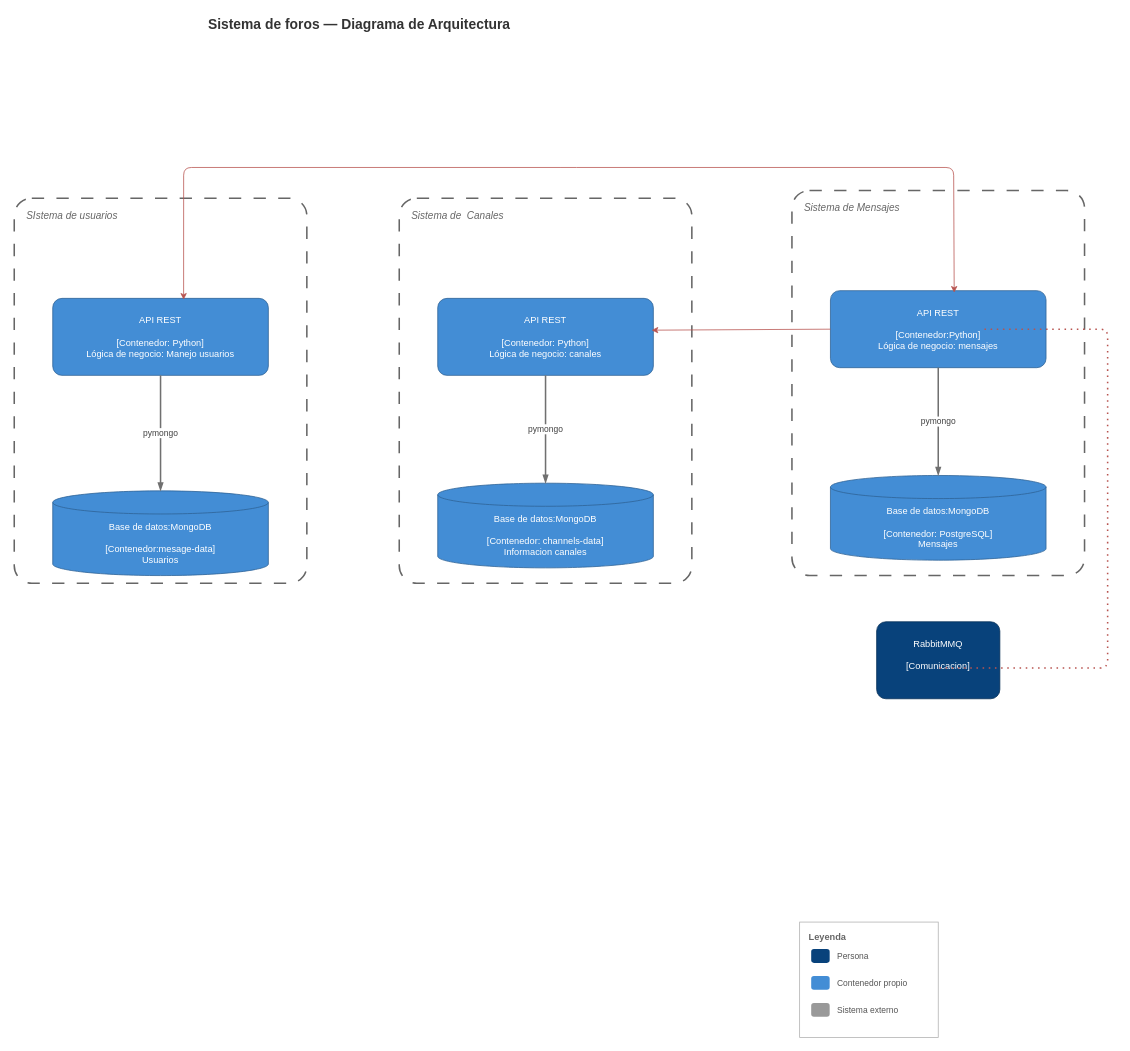
Above: page "C2 - Contenedores" (2 of 2) of demo/arquitectura.drawio in joakoxsi/Arquitectura-de-Software (draw.io), before the change. Source tidied: cells renumbered, new cells numbered last; positions are measured from the earlier drawing's top-left corner, leaving out a move shared by most shapes. Both pictures are drawn from the tidied source at 77%, with x=0, y=0 at pixel (14, 13).
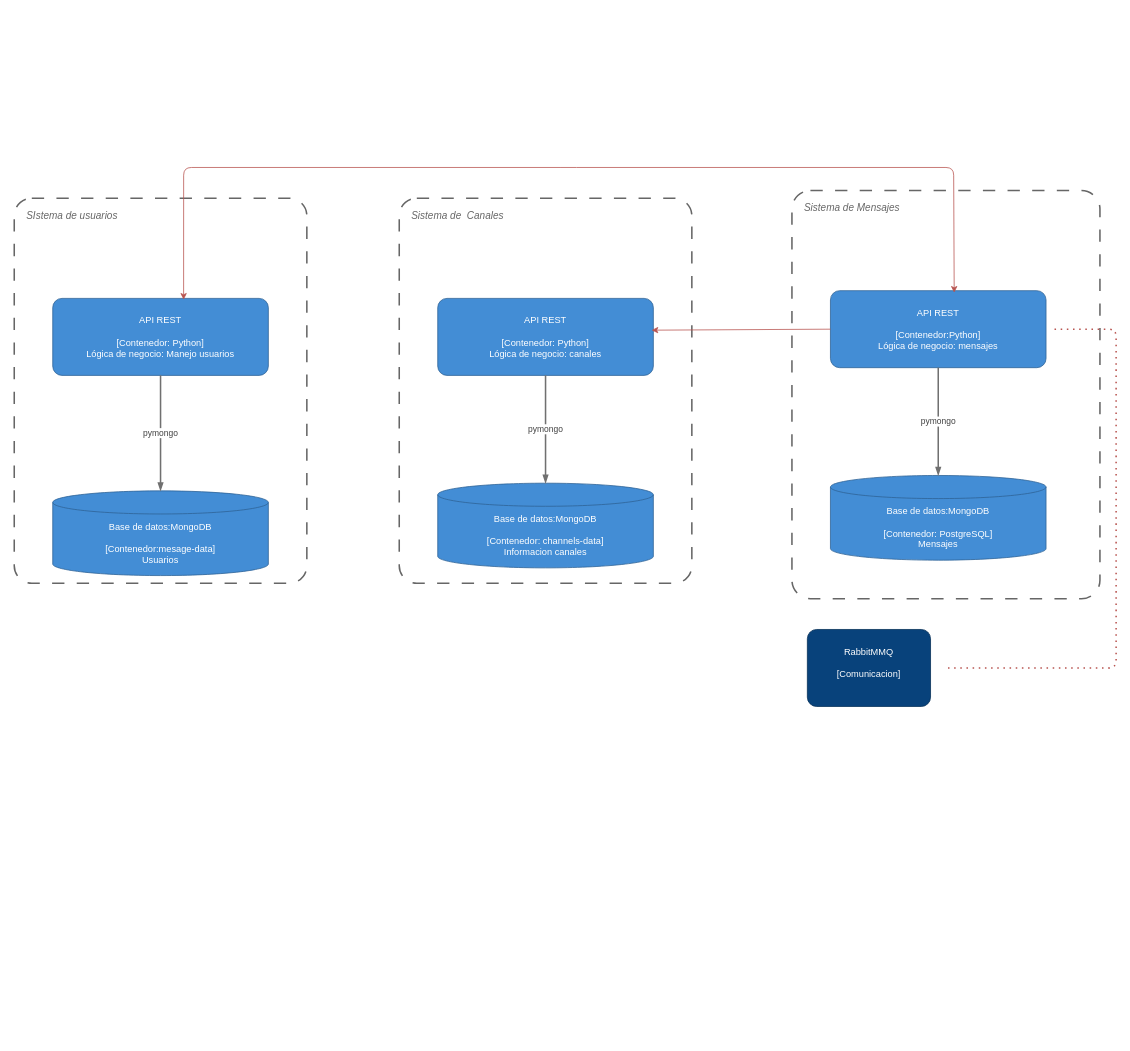
The same page after the edit.

Change to the diagram source:
```diff
@@
-    <mxCell id="2" value="Sistema de foros — Diagrama de Arquitectura" style="text;html=1;fontSize=18;fontStyle=1;align=left;verticalAlign=middle;fontColor=#333333;" parent="1" vertex="1">
-      <mxGeometry x="250" width="640" height="30" as="geometry" />
-    </mxCell>
@@
-    <mxCell id="7" value="Leyenda" style="rounded=0;html=1;fillColor=none;strokeColor=#B0B0B0;verticalAlign=top;align=left;spacingLeft=10;spacingTop=6;fontSize=12;fontStyle=1;fontColor=#666666;" parent="1" vertex="1">
-      <mxGeometry x="1020" y="1180" width="180" height="150" as="geometry" />
-    </mxCell>
-    <mxCell id="8" style="rounded=1;arcSize=20;html=1;fillColor=#08427B;strokeColor=none;" parent="1" vertex="1">
-      <mxGeometry x="1035" y="1215" width="24" height="18" as="geometry" />
-    </mxCell>
-    <mxCell id="9" value="Persona" style="text;html=1;align=left;verticalAlign=middle;fontSize=11;fontColor=#555555;" parent="1" vertex="1">
-      <mxGeometry x="1067" y="1215" width="120" height="18" as="geometry" />
-    </mxCell>
-    <mxCell id="10" style="rounded=1;arcSize=20;html=1;fillColor=#438DD5;strokeColor=none;" parent="1" vertex="1">
-      <mxGeometry x="1035" y="1250" width="24" height="18" as="geometry" />
-    </mxCell>
-    <mxCell id="11" value="Contenedor propio" style="text;html=1;align=left;verticalAlign=middle;fontSize=11;fontColor=#555555;" parent="1" vertex="1">
-      <mxGeometry x="1067" y="1250" width="130" height="18" as="geometry" />
-    </mxCell>
-    <mxCell id="12" style="rounded=1;arcSize=20;html=1;fillColor=#999999;strokeColor=none;" parent="1" vertex="1">
-      <mxGeometry x="1035" y="1285" width="24" height="18" as="geometry" />
-    </mxCell>
-    <mxCell id="13" value="Sistema externo" style="text;html=1;align=left;verticalAlign=middle;fontSize=11;fontColor=#555555;" parent="1" vertex="1">
-      <mxGeometry x="1067" y="1285" width="130" height="18" as="geometry" />
-    </mxCell>
     <mxCell id="14" value="Sistema de Mensajes&lt;div&gt;&lt;br&gt;&lt;/div&gt;" style="rounded=1;arcSize=6;html=1;dashed=1;dashPattern=8 8;fillColor=none;strokeColor=#666666;strokeWidth=2;verticalAlign=top;align=left;spacingLeft=14;spacingTop=8;fontSize=13;fontColor=#666666;fontStyle=2;" parent="1" vertex="1">
-      <mxGeometry x="1010" y="230" width="380" height="500" as="geometry" />
+      <mxGeometry x="1010" y="230" width="400" height="530" as="geometry" />
     </mxCell>
@@
     <mxCell id="22" value="RabbitMMQ&lt;br&gt;&lt;br&gt;[Comunicacion]&lt;div&gt;&lt;br/&gt;&lt;/div&gt;" style="rounded=1;arcSize=12;html=1;whiteSpace=wrap;fillColor=#08427B;strokeColor=#052E56;fontColor=#FFFFFF;fontSize=12;verticalAlign=middle;align=center;" parent="1" vertex="1">
-      <mxGeometry x="1120" y="790" width="160" height="100" as="geometry" />
+      <mxGeometry x="1030" y="800" width="160" height="100" as="geometry" />
     </mxCell>
@@
-    <mxCell id="25" style="endArrow=none;dashed=1;html=1;dashPattern=1 3;strokeWidth=2;exitX=1;exitY=0.5;exitDx=0;exitDy=0;entryX=0.981;entryY=0.6;entryDx=0;entryDy=0;entryPerimeter=0;fillColor=#f8cecc;strokeColor=#b85450;" parent="1" edge="1">
+    <mxCell id="25" style="endArrow=none;dashed=1;html=1;dashPattern=1 3;strokeWidth=2;entryX=0.981;entryY=0.6;entryDx=0;entryDy=0;entryPerimeter=0;fillColor=#f8cecc;strokeColor=#b85450;" parent="1" edge="1">
       <mxGeometry relative="1" as="geometry">
-        <mxPoint x="1260" y="410" as="sourcePoint" />
-        <mxPoint x="1197" y="850" as="targetPoint" />
+        <mxPoint x="1351" y="410" as="sourcePoint" />
+        <mxPoint x="1208" y="850" as="targetPoint" />
         <Array as="points">
-          <mxPoint x="1420" y="410" />
-          <mxPoint x="1420" y="850" />
+          <mxPoint x="1431" y="410" />
+          <mxPoint x="1431" y="850" />
         </Array>
       </mxGeometry>
     </mxCell>
```
